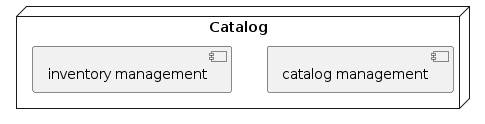
Above: out/microservice/microservice.png in movies-albrains/.github (PlantUML), before the change. The source it was exported from:
```plantuml
@startuml

node "Catalog" {
    [catalog management]
    [inventory management]
}

@enduml
```
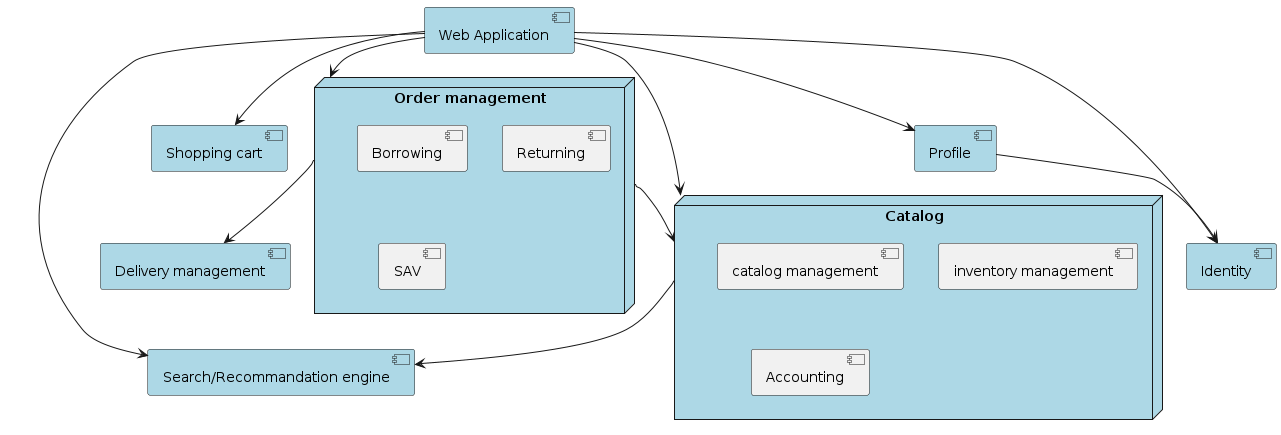
After the change.

Commit message:
update microservice diagram

The edit, as a diff of the source:
```diff
@@ -1,8 +1,38 @@
 @startuml
 
-node "Catalog" {
+component "Web Application" #LightBlue
+
+component "Search/Recommandation engine" #LightBlue
+
+node "Order management" #LightBlue {
+    [Borrowing]
+    [Returning]
+    [SAV]
+}
+
+component "Shopping cart" #LightBlue
+
+component "Delivery management" #LightBlue
+
+node "Catalog" #LightBlue {
     [catalog management]
     [inventory management]
+    [Accounting]
 }
 
+component "Profile" #LightBlue
+
+component "Identity" #LightBlue
+
+"Web Application" --> Catalog
+"Web Application" --> Profile
+"Web Application" --> Identity
+"Web Application" --> "Search/Recommandation engine"
+"Web Application" --> "Shopping cart"
+"Web Application" --> "Order management"
+Catalog --> "Search/Recommandation engine"
+"Order management" --> Catalog
+"Order management" --> "Delivery management"
+Profile --> Identity
+
 @enduml
```
